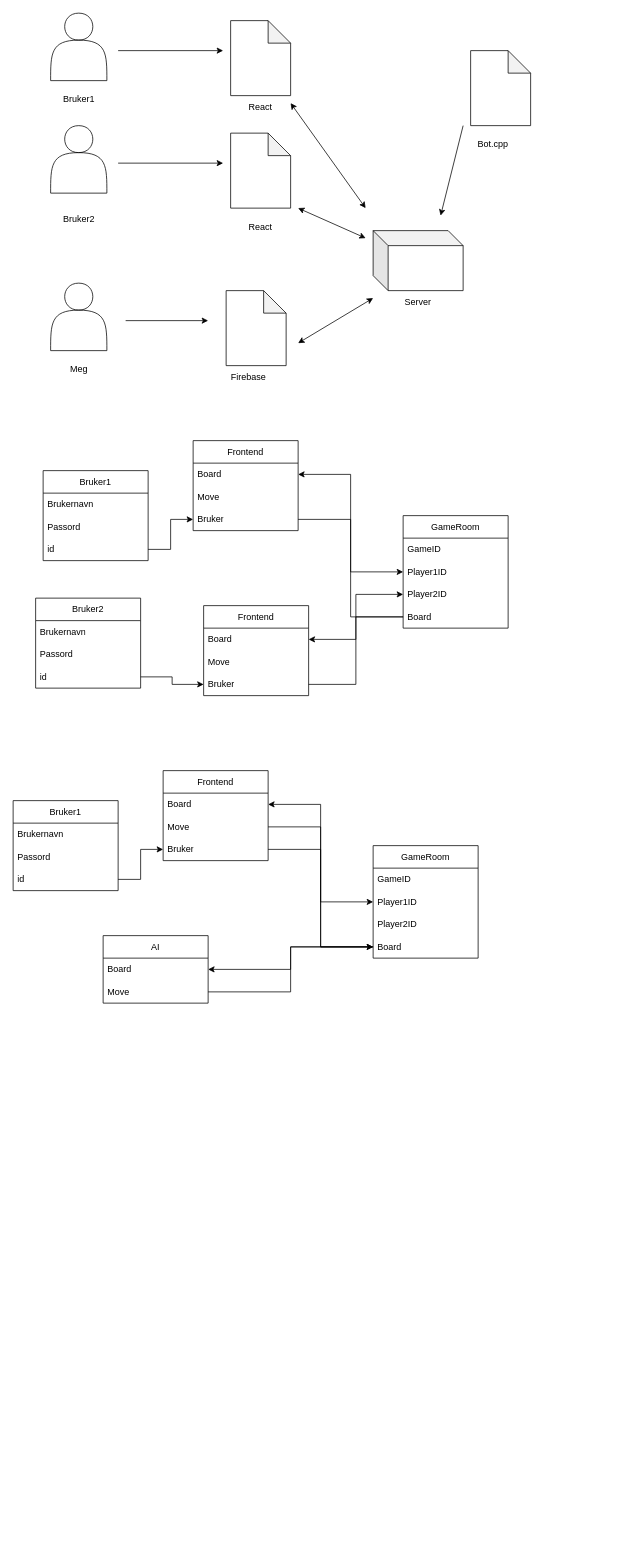
The draw.io diagram first.drawio in Sikkabakka/drawing, before the edit. Source tidied: cells renumbered, new cells numbered last; positions are measured from the earlier drawing's top-left corner, leaving out a move shared by most shapes. Both pictures are drawn from the tidied source at 75%, with x=0, y=0 at pixel (13, 13).
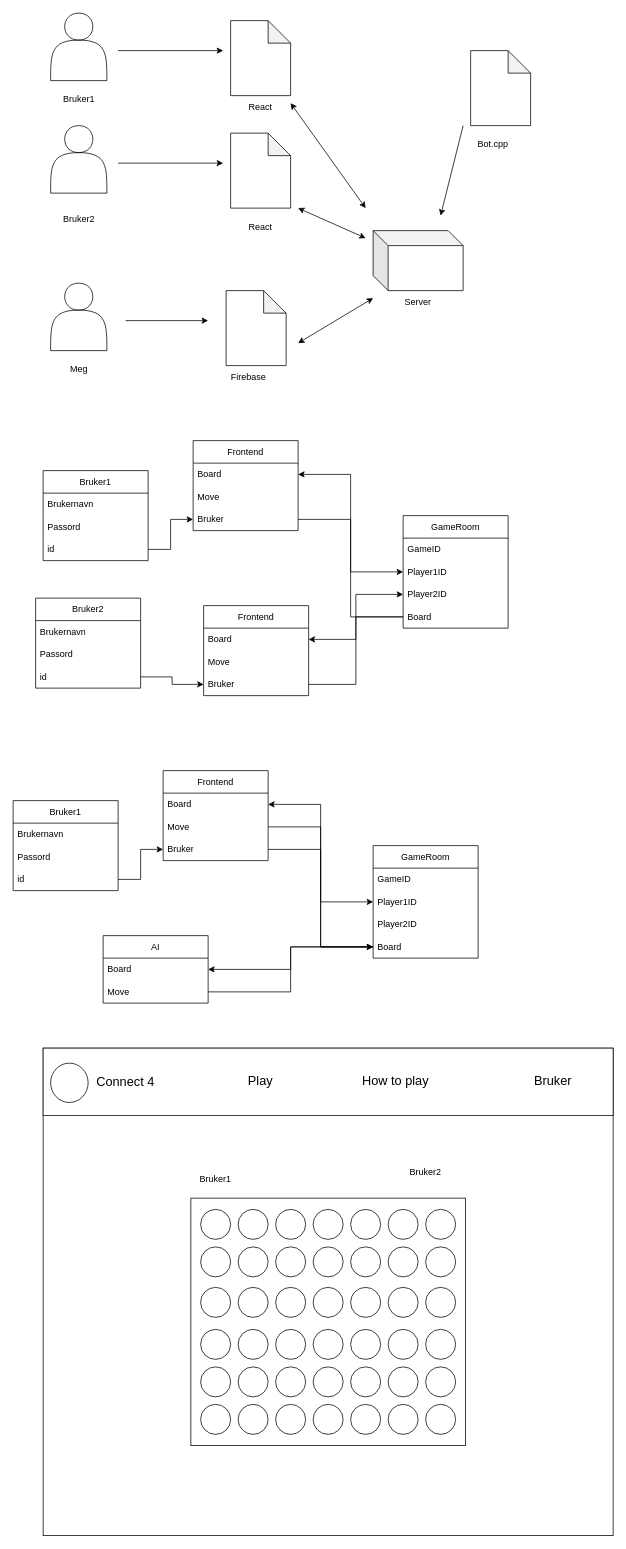
The same page after the edit.

Diff of the diagram source:
```diff
@@
+    <mxCell id="74" style="rounded=0;whiteSpace=wrap;html=1;" parent="1" vertex="1">
+      <mxGeometry x="40" y="1380" width="760" height="650" as="geometry" />
+    </mxCell>
+    <mxCell id="75" style="rounded=0;whiteSpace=wrap;html=1;" parent="1" vertex="1">
+      <mxGeometry x="40" y="1380" width="760" height="90" as="geometry" />
+    </mxCell>
+    <mxCell id="76" style="rounded=0;whiteSpace=wrap;html=1;" parent="1" vertex="1">
+      <mxGeometry x="237" y="1580" width="366" height="330" as="geometry" />
+    </mxCell>
+    <mxCell id="77" style="ellipse;whiteSpace=wrap;html=1;" parent="1" vertex="1">
+      <mxGeometry x="250" y="1595" width="40" height="40" as="geometry" />
+    </mxCell>
+    <mxCell id="78" style="ellipse;whiteSpace=wrap;html=1;" parent="1" vertex="1">
+      <mxGeometry x="300" y="1595" width="40" height="40" as="geometry" />
+    </mxCell>
+    <mxCell id="79" style="ellipse;whiteSpace=wrap;html=1;" parent="1" vertex="1">
+      <mxGeometry x="350" y="1595" width="40" height="40" as="geometry" />
+    </mxCell>
+    <mxCell id="80" style="ellipse;whiteSpace=wrap;html=1;" parent="1" vertex="1">
+      <mxGeometry x="400" y="1595" width="40" height="40" as="geometry" />
+    </mxCell>
+    <mxCell id="81" style="ellipse;whiteSpace=wrap;html=1;" parent="1" vertex="1">
+      <mxGeometry x="450" y="1595" width="40" height="40" as="geometry" />
+    </mxCell>
+    <mxCell id="82" style="ellipse;whiteSpace=wrap;html=1;" parent="1" vertex="1">
+      <mxGeometry x="500" y="1595" width="40" height="40" as="geometry" />
+    </mxCell>
+    <mxCell id="83" style="ellipse;whiteSpace=wrap;html=1;" parent="1" vertex="1">
+      <mxGeometry x="550" y="1595" width="40" height="40" as="geometry" />
+    </mxCell>
+    <mxCell id="84" style="ellipse;whiteSpace=wrap;html=1;" parent="1" vertex="1">
+      <mxGeometry x="250" y="1645" width="40" height="40" as="geometry" />
+    </mxCell>
+    <mxCell id="85" style="ellipse;whiteSpace=wrap;html=1;" parent="1" vertex="1">
+      <mxGeometry x="300" y="1645" width="40" height="40" as="geometry" />
+    </mxCell>
+    <mxCell id="86" style="ellipse;whiteSpace=wrap;html=1;" parent="1" vertex="1">
+      <mxGeometry x="350" y="1645" width="40" height="40" as="geometry" />
+    </mxCell>
+    <mxCell id="87" style="ellipse;whiteSpace=wrap;html=1;" parent="1" vertex="1">
+      <mxGeometry x="400" y="1645" width="40" height="40" as="geometry" />
+    </mxCell>
+    <mxCell id="88" style="ellipse;whiteSpace=wrap;html=1;" parent="1" vertex="1">
+      <mxGeometry x="450" y="1645" width="40" height="40" as="geometry" />
+    </mxCell>
+    <mxCell id="89" style="ellipse;whiteSpace=wrap;html=1;" parent="1" vertex="1">
+      <mxGeometry x="500" y="1645" width="40" height="40" as="geometry" />
+    </mxCell>
+    <mxCell id="90" style="ellipse;whiteSpace=wrap;html=1;" parent="1" vertex="1">
+      <mxGeometry x="550" y="1645" width="40" height="40" as="geometry" />
+    </mxCell>
+    <mxCell id="91" style="ellipse;whiteSpace=wrap;html=1;" parent="1" vertex="1">
+      <mxGeometry x="250" y="1699" width="40" height="40" as="geometry" />
+    </mxCell>
+    <mxCell id="92" style="ellipse;whiteSpace=wrap;html=1;" parent="1" vertex="1">
+      <mxGeometry x="300" y="1699" width="40" height="40" as="geometry" />
+    </mxCell>
+    <mxCell id="93" style="ellipse;whiteSpace=wrap;html=1;" parent="1" vertex="1">
+      <mxGeometry x="350" y="1699" width="40" height="40" as="geometry" />
+    </mxCell>
+    <mxCell id="94" style="ellipse;whiteSpace=wrap;html=1;" parent="1" vertex="1">
+      <mxGeometry x="400" y="1699" width="40" height="40" as="geometry" />
+    </mxCell>
+    <mxCell id="95" style="ellipse;whiteSpace=wrap;html=1;" parent="1" vertex="1">
+      <mxGeometry x="450" y="1699" width="40" height="40" as="geometry" />
+    </mxCell>
+    <mxCell id="96" style="ellipse;whiteSpace=wrap;html=1;" parent="1" vertex="1">
+      <mxGeometry x="500" y="1699" width="40" height="40" as="geometry" />
+    </mxCell>
+    <mxCell id="97" style="ellipse;whiteSpace=wrap;html=1;" parent="1" vertex="1">
+      <mxGeometry x="550" y="1699" width="40" height="40" as="geometry" />
+    </mxCell>
+    <mxCell id="98" style="ellipse;whiteSpace=wrap;html=1;" parent="1" vertex="1">
+      <mxGeometry x="250" y="1755" width="40" height="40" as="geometry" />
+    </mxCell>
+    <mxCell id="99" style="ellipse;whiteSpace=wrap;html=1;" parent="1" vertex="1">
+      <mxGeometry x="300" y="1755" width="40" height="40" as="geometry" />
+    </mxCell>
+    <mxCell id="100" style="ellipse;whiteSpace=wrap;html=1;" parent="1" vertex="1">
+      <mxGeometry x="350" y="1755" width="40" height="40" as="geometry" />
+    </mxCell>
+    <mxCell id="101" style="ellipse;whiteSpace=wrap;html=1;" parent="1" vertex="1">
+      <mxGeometry x="400" y="1755" width="40" height="40" as="geometry" />
+    </mxCell>
+    <mxCell id="102" style="ellipse;whiteSpace=wrap;html=1;" parent="1" vertex="1">
+      <mxGeometry x="450" y="1755" width="40" height="40" as="geometry" />
+    </mxCell>
+    <mxCell id="103" style="ellipse;whiteSpace=wrap;html=1;" parent="1" vertex="1">
+      <mxGeometry x="500" y="1755" width="40" height="40" as="geometry" />
+    </mxCell>
+    <mxCell id="104" style="ellipse;whiteSpace=wrap;html=1;" parent="1" vertex="1">
+      <mxGeometry x="550" y="1755" width="40" height="40" as="geometry" />
+    </mxCell>
+    <mxCell id="105" style="ellipse;whiteSpace=wrap;html=1;" parent="1" vertex="1">
+      <mxGeometry x="250" y="1805" width="40" height="40" as="geometry" />
+    </mxCell>
+    <mxCell id="106" style="ellipse;whiteSpace=wrap;html=1;" parent="1" vertex="1">
+      <mxGeometry x="300" y="1805" width="40" height="40" as="geometry" />
+    </mxCell>
+    <mxCell id="107" style="ellipse;whiteSpace=wrap;html=1;" parent="1" vertex="1">
+      <mxGeometry x="350" y="1805" width="40" height="40" as="geometry" />
+    </mxCell>
+    <mxCell id="108" style="ellipse;whiteSpace=wrap;html=1;" parent="1" vertex="1">
+      <mxGeometry x="400" y="1805" width="40" height="40" as="geometry" />
+    </mxCell>
+    <mxCell id="109" style="ellipse;whiteSpace=wrap;html=1;" parent="1" vertex="1">
+      <mxGeometry x="450" y="1805" width="40" height="40" as="geometry" />
+    </mxCell>
+    <mxCell id="110" style="ellipse;whiteSpace=wrap;html=1;" parent="1" vertex="1">
+      <mxGeometry x="500" y="1805" width="40" height="40" as="geometry" />
+    </mxCell>
+    <mxCell id="111" style="ellipse;whiteSpace=wrap;html=1;" parent="1" vertex="1">
+      <mxGeometry x="550" y="1805" width="40" height="40" as="geometry" />
+    </mxCell>
+    <mxCell id="112" style="ellipse;whiteSpace=wrap;html=1;" parent="1" vertex="1">
+      <mxGeometry x="250" y="1855" width="40" height="40" as="geometry" />
+    </mxCell>
+    <mxCell id="113" style="ellipse;whiteSpace=wrap;html=1;" parent="1" vertex="1">
+      <mxGeometry x="300" y="1855" width="40" height="40" as="geometry" />
+    </mxCell>
+    <mxCell id="114" style="ellipse;whiteSpace=wrap;html=1;" parent="1" vertex="1">
+      <mxGeometry x="350" y="1855" width="40" height="40" as="geometry" />
+    </mxCell>
+    <mxCell id="115" style="ellipse;whiteSpace=wrap;html=1;" parent="1" vertex="1">
+      <mxGeometry x="400" y="1855" width="40" height="40" as="geometry" />
+    </mxCell>
+    <mxCell id="116" style="ellipse;whiteSpace=wrap;html=1;" parent="1" vertex="1">
+      <mxGeometry x="450" y="1855" width="40" height="40" as="geometry" />
+    </mxCell>
+    <mxCell id="117" style="ellipse;whiteSpace=wrap;html=1;" parent="1" vertex="1">
+      <mxGeometry x="500" y="1855" width="40" height="40" as="geometry" />
+    </mxCell>
+    <mxCell id="118" style="ellipse;whiteSpace=wrap;html=1;" parent="1" vertex="1">
+      <mxGeometry x="550" y="1855" width="40" height="40" as="geometry" />
+    </mxCell>
+    <mxCell id="119" value="&lt;font style=&quot;font-size: 17px;&quot;&gt;Connect 4&lt;/font&gt;" style="text;html=1;align=center;verticalAlign=middle;whiteSpace=wrap;rounded=0;" parent="1" vertex="1">
+      <mxGeometry x="100" y="1400" width="100" height="52.5" as="geometry" />
+    </mxCell>
+    <mxCell id="120" style="ellipse;whiteSpace=wrap;html=1;" parent="1" vertex="1">
+      <mxGeometry x="50" y="1400" width="50" height="52.5" as="geometry" />
+    </mxCell>
+    <mxCell id="121" value="&lt;span style=&quot;font-size: 17px;&quot;&gt;Play&lt;/span&gt;" style="text;html=1;align=center;verticalAlign=middle;whiteSpace=wrap;rounded=0;" parent="1" vertex="1">
+      <mxGeometry x="280" y="1398.8" width="100" height="52.5" as="geometry" />
+    </mxCell>
+    <mxCell id="122" value="&lt;span style=&quot;font-size: 17px;&quot;&gt;How to play&lt;/span&gt;" style="text;html=1;align=center;verticalAlign=middle;whiteSpace=wrap;rounded=0;" parent="1" vertex="1">
+      <mxGeometry x="460" y="1398.8" width="100" height="52.5" as="geometry" />
+    </mxCell>
+    <mxCell id="123" value="&lt;span style=&quot;font-size: 17px;&quot;&gt;Bruker&lt;/span&gt;" style="text;html=1;align=center;verticalAlign=middle;whiteSpace=wrap;rounded=0;" parent="1" vertex="1">
+      <mxGeometry x="670" y="1398.8" width="100" height="52.5" as="geometry" />
+    </mxCell>
+    <mxCell id="124" value="Bruker1" style="text;html=1;align=center;verticalAlign=middle;whiteSpace=wrap;rounded=0;" parent="1" vertex="1">
+      <mxGeometry x="240" y="1540" width="60" height="30" as="geometry" />
+    </mxCell>
+    <mxCell id="125" value="Bruker2" style="text;html=1;align=center;verticalAlign=middle;whiteSpace=wrap;rounded=0;" parent="1" vertex="1">
+      <mxGeometry x="520" y="1530" width="60" height="30" as="geometry" />
+    </mxCell>
```
